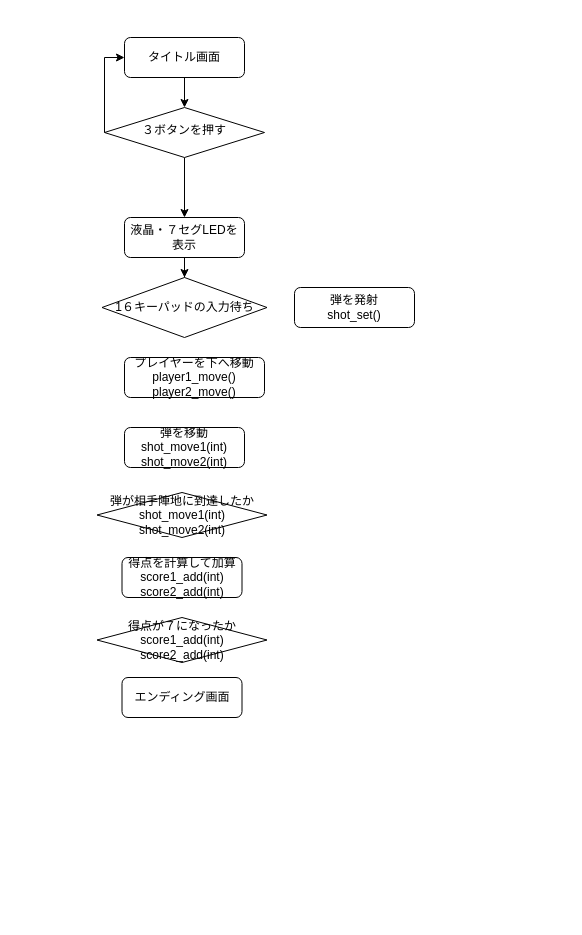
This is 名称未設定ファイル.drawio from Yuki-Hideo/MPjikken, a draw.io file, before an edit. Source tidied: cells renumbered, new cells numbered last; positions are measured from the earlier drawing's top-left corner, leaving out a move shared by most shapes. Both pictures are drawn from the tidied source at 100%, with x=0, y=0 at pixel (96, 37).
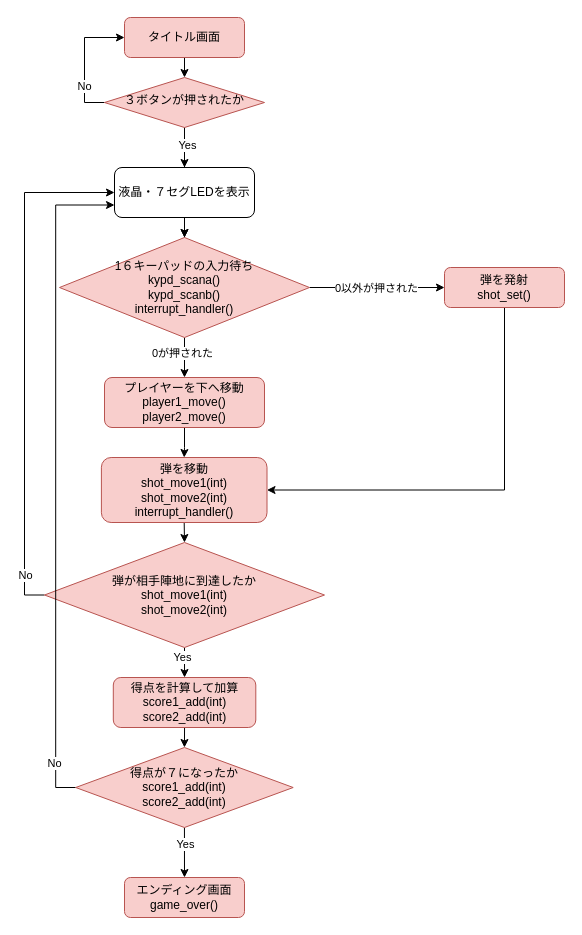
The same diagram, later.

Commit message (it also covers changes not shown here):
名称未設定ファイル.drawio を更新します

The edit, as a diff of the source:
```diff
@@
-    <mxCell id="2" style="edgeStyle=orthogonalEdgeStyle;rounded=0;jettySize=auto;html=1;entryX=0.5;entryY=0;entryDx=0;entryDy=0;" parent="1" edge="1" source="3" target="6">
+    <mxCell id="2" style="edgeStyle=orthogonalEdgeStyle;rounded=0;jettySize=auto;html=1;exitX=0.5;exitY=1;exitDx=0;exitDy=0;entryX=0.5;entryY=0;entryDx=0;entryDy=0;" parent="1" edge="1" source="3" target="6">
       <mxGeometry relative="1" as="geometry" />
     </mxCell>
-    <mxCell id="3" value="タイトル画面" style="rounded=1;whiteSpace=wrap;html=1;fontSize=12;glass=0;strokeWidth=1;shadow=0;" parent="1" vertex="1">
-      <mxGeometry x="28" width="120" height="40" as="geometry" />
+    <mxCell id="3" value="タイトル画面" style="rounded=1;whiteSpace=wrap;html=1;fontSize=12;glass=0;strokeWidth=1;shadow=0;fillColor=#f8cecc;strokeColor=#b85450;" parent="1" vertex="1">
+      <mxGeometry x="28" y="-20" width="120" height="40" as="geometry" />
     </mxCell>
@@
+    <mxCell id="17" style="edgeStyle=orthogonalEdgeStyle;rounded=0;jettySize=auto;html=1;" parent="1" edge="1" source="6" target="9">
+      <mxGeometry relative="1" as="geometry" />
+    </mxCell>
+    <mxCell id="18" value="Yes" style="edgeLabel;html=1;align=center;verticalAlign=middle;" parent="17" vertex="1">
+      <mxGeometry x="-0.8" y="2" relative="1" as="geometry">
+        <mxPoint y="6" as="offset" />
+      </mxGeometry>
+    </mxCell>
-    <mxCell id="5" style="edgeStyle=orthogonalEdgeStyle;rounded=0;jettySize=auto;html=1;entryX=0;entryY=0.5;entryDx=0;entryDy=0;" parent="1" edge="1" source="6" target="3">
-      <mxGeometry relative="1" as="geometry">
-        <Array as="points">
-          <mxPoint x="8" y="120" />
-          <mxPoint x="8" y="20" />
-        </Array>
-      </mxGeometry>
+    <mxCell id="5" style="edgeStyle=orthogonalEdgeStyle;rounded=0;jettySize=auto;html=1;exitX=0;exitY=0.5;exitDx=0;exitDy=0;entryX=0;entryY=0.5;entryDx=0;entryDy=0;" parent="1" edge="1" source="6" target="3">
+      <mxGeometry relative="1" as="geometry" />
     </mxCell>
+    <mxCell id="19" value="No" style="edgeLabel;html=1;align=center;verticalAlign=middle;" parent="5" vertex="1">
+      <mxGeometry x="-0.41" y="1" relative="1" as="geometry" />
+    </mxCell>
-    <mxCell id="6" value="３ボタンを押す" style="rhombus;whiteSpace=wrap;html=1;shadow=0;fontFamily=Helvetica;fontSize=12;align=center;strokeWidth=1;spacing=6;spacingTop=-4;" parent="1" vertex="1">
-      <mxGeometry x="8" y="70" width="160" height="50" as="geometry" />
+    <mxCell id="6" value="３ボタンが押されたか" style="rhombus;whiteSpace=wrap;html=1;shadow=0;fontFamily=Helvetica;fontSize=12;align=center;strokeWidth=1;spacing=6;spacingTop=-4;fillColor=#f8cecc;strokeColor=#b85450;" parent="1" vertex="1">
+      <mxGeometry x="8" y="40" width="160" height="50" as="geometry" />
     </mxCell>
@@
     <mxCell id="8" value="液晶・７セグLEDを表示" style="rounded=1;whiteSpace=wrap;html=1;" parent="1" vertex="1">
-      <mxGeometry x="28" y="180" width="120" height="40" as="geometry" />
+      <mxGeometry x="18" y="130" width="140" height="50" as="geometry" />
     </mxCell>
+    <mxCell id="20" style="edgeStyle=orthogonalEdgeStyle;rounded=0;jettySize=auto;html=1;exitX=0.5;exitY=1;exitDx=0;exitDy=0;entryX=0.5;entryY=0;entryDx=0;entryDy=0;" parent="1" edge="1" source="9" target="10">
+      <mxGeometry relative="1" as="geometry" />
+    </mxCell>
+    <mxCell id="21" value="0が押された" style="edgeLabel;html=1;align=center;verticalAlign=middle;" parent="20" vertex="1">
+      <mxGeometry x="-0.27" y="-3" relative="1" as="geometry" />
+    </mxCell>
+    <mxCell id="22" style="edgeStyle=orthogonalEdgeStyle;rounded=0;jettySize=auto;html=1;exitX=1;exitY=0.5;exitDx=0;exitDy=0;entryX=0;entryY=0.5;entryDx=0;entryDy=0;" parent="1" edge="1" source="9" target="12">
+      <mxGeometry relative="1" as="geometry" />
+    </mxCell>
+    <mxCell id="23" value="0以外が押された" style="edgeLabel;html=1;align=center;verticalAlign=middle;" parent="22" vertex="1">
+      <mxGeometry x="-0.02" relative="1" as="geometry" />
+    </mxCell>
-    <mxCell id="9" value="1６キーパッドの入力待ち" style="rhombus;whiteSpace=wrap;html=1;" parent="1" vertex="1">
-      <mxGeometry x="5.5" y="240" width="165" height="60" as="geometry" />
+    <mxCell id="9" value="1６キーパッドの入力待ち&lt;div&gt;kypd_scana()&lt;/div&gt;&lt;div&gt;kypd_scanb()&lt;/div&gt;&lt;div&gt;interrupt_handler()&lt;/div&gt;" style="rhombus;whiteSpace=wrap;html=1;fillColor=#f8cecc;strokeColor=#b85450;" parent="1" vertex="1">
+      <mxGeometry x="-37" y="200" width="250" height="100" as="geometry" />
     </mxCell>
+    <mxCell id="24" style="edgeStyle=orthogonalEdgeStyle;rounded=0;jettySize=auto;html=1;entryX=0.5;entryY=0;entryDx=0;entryDy=0;" parent="1" edge="1" source="10" target="11">
+      <mxGeometry relative="1" as="geometry" />
+    </mxCell>
-    <mxCell id="10" value="プレイヤーを下へ移動&lt;div&gt;player1_move()&lt;/div&gt;&lt;div&gt;player2_move()&lt;/div&gt;" style="rounded=1;whiteSpace=wrap;html=1;" parent="1" vertex="1">
-      <mxGeometry x="28" y="320" width="140" height="40" as="geometry" />
+    <mxCell id="10" value="プレイヤーを下へ移動&lt;div&gt;player1_move()&lt;/div&gt;&lt;div&gt;player2_move()&lt;/div&gt;" style="rounded=1;whiteSpace=wrap;html=1;fillColor=#f8cecc;strokeColor=#b85450;" parent="1" vertex="1">
+      <mxGeometry x="8" y="340" width="160" height="50" as="geometry" />
     </mxCell>
+    <mxCell id="25" style="edgeStyle=orthogonalEdgeStyle;rounded=0;jettySize=auto;html=1;exitX=0.5;exitY=1;exitDx=0;exitDy=0;entryX=0.5;entryY=0;entryDx=0;entryDy=0;" parent="1" edge="1" source="11" target="13">
+      <mxGeometry relative="1" as="geometry" />
+    </mxCell>
-    <mxCell id="11" value="弾を移動&lt;div&gt;shot_move1(int)&lt;/div&gt;&lt;div&gt;shot_move2(int)&lt;/div&gt;" style="rounded=1;whiteSpace=wrap;html=1;" parent="1" vertex="1">
-      <mxGeometry x="28" y="390" width="120" height="40" as="geometry" />
+    <mxCell id="11" value="弾を移動&lt;div&gt;shot_move1(int)&lt;/div&gt;&lt;div&gt;shot_move2(int)&lt;/div&gt;&lt;div&gt;interrupt_handler()&lt;/div&gt;" style="rounded=1;whiteSpace=wrap;html=1;fillColor=#f8cecc;strokeColor=#b85450;" parent="1" vertex="1">
+      <mxGeometry x="4.9" y="420" width="165.6" height="65" as="geometry" />
     </mxCell>
+    <mxCell id="26" style="edgeStyle=orthogonalEdgeStyle;rounded=0;jettySize=auto;html=1;exitX=0.5;exitY=1;exitDx=0;exitDy=0;entryX=1;entryY=0.5;entryDx=0;entryDy=0;" parent="1" edge="1" source="12" target="11">
+      <mxGeometry relative="1" as="geometry" />
+    </mxCell>
-    <mxCell id="12" value="弾を発射&lt;div&gt;shot_set()&lt;/div&gt;" style="rounded=1;whiteSpace=wrap;html=1;" parent="1" vertex="1">
-      <mxGeometry x="198" y="250" width="120" height="40" as="geometry" />
+    <mxCell id="12" value="弾を発射&lt;div&gt;shot_set()&lt;/div&gt;" style="rounded=1;whiteSpace=wrap;html=1;fillColor=#f8cecc;strokeColor=#b85450;" parent="1" vertex="1">
+      <mxGeometry x="348" y="230" width="120" height="40" as="geometry" />
     </mxCell>
+    <mxCell id="27" style="edgeStyle=orthogonalEdgeStyle;rounded=0;jettySize=auto;html=1;exitX=0.5;exitY=1;exitDx=0;exitDy=0;entryX=0.5;entryY=0;entryDx=0;entryDy=0;" parent="1" edge="1" source="13" target="14">
+      <mxGeometry relative="1" as="geometry" />
+    </mxCell>
+    <mxCell id="28" value="Yes" style="edgeLabel;html=1;align=center;verticalAlign=middle;" parent="27" vertex="1">
+      <mxGeometry x="-0.37" y="-3" relative="1" as="geometry" />
+    </mxCell>
+    <mxCell id="29" style="edgeStyle=orthogonalEdgeStyle;rounded=0;jettySize=auto;html=1;exitX=0;exitY=0.5;exitDx=0;exitDy=0;entryX=0;entryY=0.5;entryDx=0;entryDy=0;" parent="1" edge="1" source="13" target="8">
+      <mxGeometry relative="1" as="geometry" />
+    </mxCell>
+    <mxCell id="30" value="No" style="edgeLabel;html=1;align=center;verticalAlign=middle;" parent="29" vertex="1">
+      <mxGeometry x="-0.51" relative="1" as="geometry">
+        <mxPoint y="86" as="offset" />
+      </mxGeometry>
+    </mxCell>
-    <mxCell id="13" value="弾が相手陣地に到達したか&lt;div&gt;shot_move1(int)&lt;/div&gt;&lt;div&gt;shot_move2(int)&lt;/div&gt;" style="rhombus;whiteSpace=wrap;html=1;" parent="1" vertex="1">
-      <mxGeometry x="0.5" y="455" width="170" height="45" as="geometry" />
+    <mxCell id="13" value="弾が相手陣地に到達したか&lt;div&gt;shot_move1(int)&lt;/div&gt;&lt;div&gt;shot_move2(int)&lt;/div&gt;" style="rhombus;whiteSpace=wrap;html=1;fillColor=#f8cecc;strokeColor=#b85450;" parent="1" vertex="1">
+      <mxGeometry x="-52" y="505" width="280" height="105" as="geometry" />
     </mxCell>
+    <mxCell id="31" style="edgeStyle=orthogonalEdgeStyle;rounded=0;jettySize=auto;html=1;exitX=0.5;exitY=1;exitDx=0;exitDy=0;entryX=0.5;entryY=0;entryDx=0;entryDy=0;" parent="1" edge="1" source="14" target="15">
+      <mxGeometry relative="1" as="geometry" />
+    </mxCell>
-    <mxCell id="14" value="得点を計算して加算&lt;div&gt;score1_add(int)&lt;/div&gt;&lt;div&gt;score2_add(int)&lt;/div&gt;" style="rounded=1;whiteSpace=wrap;html=1;" parent="1" vertex="1">
-      <mxGeometry x="25.5" y="520" width="120" height="40" as="geometry" />
+    <mxCell id="14" value="得点を計算して加算&lt;div&gt;score1_add(int)&lt;/div&gt;&lt;div&gt;score2_add(int)&lt;/div&gt;" style="rounded=1;whiteSpace=wrap;html=1;fillColor=#f8cecc;strokeColor=#b85450;" parent="1" vertex="1">
+      <mxGeometry x="16.8" y="640" width="142.5" height="50" as="geometry" />
     </mxCell>
+    <mxCell id="32" style="edgeStyle=orthogonalEdgeStyle;rounded=0;jettySize=auto;html=1;exitX=0.5;exitY=1;exitDx=0;exitDy=0;entryX=0.5;entryY=0;entryDx=0;entryDy=0;" parent="1" edge="1" source="15" target="16">
+      <mxGeometry relative="1" as="geometry" />
+    </mxCell>
+    <mxCell id="33" value="Yes" style="edgeLabel;html=1;align=center;verticalAlign=middle;" parent="32" vertex="1">
+      <mxGeometry x="-0.32" y="1" relative="1" as="geometry" />
+    </mxCell>
+    <mxCell id="34" style="edgeStyle=orthogonalEdgeStyle;rounded=0;jettySize=auto;html=1;exitX=0;exitY=0.5;exitDx=0;exitDy=0;entryX=0;entryY=0.75;entryDx=0;entryDy=0;" parent="1" edge="1" source="15" target="8">
+      <mxGeometry relative="1" as="geometry" />
+    </mxCell>
+    <mxCell id="35" value="No" style="edgeLabel;html=1;align=center;verticalAlign=middle;" parent="34" vertex="1">
+      <mxGeometry x="-0.86" y="2" relative="1" as="geometry">
+        <mxPoint y="1" as="offset" />
+      </mxGeometry>
+    </mxCell>
-    <mxCell id="15" value="得点が７になったか&lt;div&gt;&lt;div&gt;score1_add(int)&lt;/div&gt;&lt;div&gt;score2_add(int)&lt;/div&gt;&lt;/div&gt;" style="rhombus;whiteSpace=wrap;html=1;" parent="1" vertex="1">
-      <mxGeometry x="0.5" y="580" width="170" height="45" as="geometry" />
+    <mxCell id="15" value="得点が７になったか&lt;div&gt;&lt;div&gt;score1_add(int)&lt;/div&gt;&lt;div&gt;score2_add(int)&lt;/div&gt;&lt;/div&gt;" style="rhombus;whiteSpace=wrap;html=1;fillColor=#f8cecc;strokeColor=#b85450;" parent="1" vertex="1">
+      <mxGeometry x="-20.8" y="710" width="217.5" height="80" as="geometry" />
     </mxCell>
-    <mxCell id="16" value="エンディング画面" style="rounded=1;whiteSpace=wrap;html=1;" parent="1" vertex="1">
-      <mxGeometry x="25.5" y="640" width="120" height="40" as="geometry" />
+    <mxCell id="16" value="エンディング画面&lt;div&gt;game_over()&lt;/div&gt;" style="rounded=1;whiteSpace=wrap;html=1;fillColor=#f8cecc;strokeColor=#b85450;" parent="1" vertex="1">
+      <mxGeometry x="28" y="840" width="120" height="40" as="geometry" />
     </mxCell>
```
